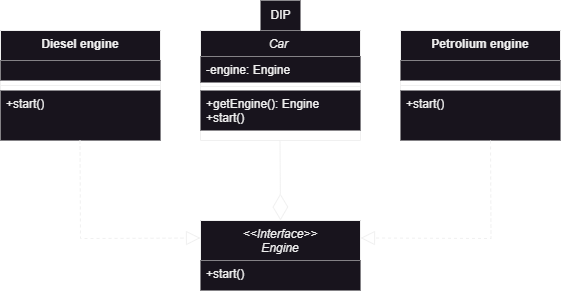
The draw.io diagram hw03/DIP/DIP.png in PavelVolchenko/SoftwareArchitecture, before a commit. Source tidied: cells renumbered, new cells last; positions are measured from the earlier drawing's top-left corner, leaving out a move shared by most shapes.
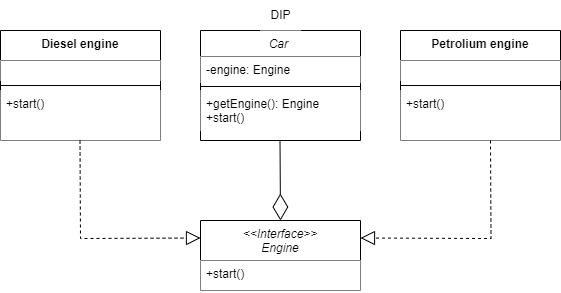
After the change.

Change to the diagram source:
```diff
@@ -2,52 +2,52 @@
   <root>
     <mxCell id="0" />
     <mxCell id="1" parent="0" />
-    <mxCell id="2" value="Car &#10;&#10;" style="swimlane;fontStyle=2;align=center;verticalAlign=top;horizontal=1;startSize=26;rounded=0;shadow=0;strokeWidth=1;fillColor=#18141D;" parent="1" vertex="1">
+    <mxCell id="2" value="Car &#10;&#10;" style="swimlane;fontStyle=2;align=center;verticalAlign=top;horizontal=1;startSize=26;rounded=0;shadow=0;strokeWidth=1;fillColor=#FFFFFF;" parent="1" vertex="1">
       <mxGeometry x="200" y="30" width="160" height="110" as="geometry" />
     </mxCell>
-    <mxCell id="3" value="-engine: Engine&#10;" style="text;align=left;verticalAlign=top;spacingLeft=4;spacingRight=4;overflow=hidden;fillColor=#18141D;" parent="2" vertex="1">
+    <mxCell id="3" value="-engine: Engine&#10;" style="text;align=left;verticalAlign=top;spacingLeft=4;spacingRight=4;overflow=hidden;fillColor=#FFFFFF;shadow=0;" parent="2" vertex="1">
       <mxGeometry y="26" width="160" height="26" as="geometry" />
     </mxCell>
-    <mxCell id="4" style="line;html=1;strokeWidth=1;align=left;verticalAlign=middle;spacingTop=-1;spacingLeft=3;spacingRight=3;labelPosition=right;fillColor=#18141D;" parent="2" vertex="1">
+    <mxCell id="4" style="line;html=1;strokeWidth=1;align=left;verticalAlign=middle;spacingTop=-1;spacingLeft=3;spacingRight=3;labelPosition=right;fillColor=#FFFFFF;shadow=0;" parent="2" vertex="1">
       <mxGeometry y="52" width="160" height="8" as="geometry" />
     </mxCell>
-    <mxCell id="5" value="+getEngine(): Engine&#10;+start()" style="text;align=left;verticalAlign=top;spacingLeft=4;spacingRight=4;overflow=hidden;fillColor=#18141D;" parent="2" vertex="1">
+    <mxCell id="5" value="+getEngine(): Engine&#10;+start()" style="text;align=left;verticalAlign=top;spacingLeft=4;spacingRight=4;overflow=hidden;fillColor=#FFFFFF;shadow=0;" parent="2" vertex="1">
       <mxGeometry y="60" width="160" height="40" as="geometry" />
     </mxCell>
-    <mxCell id="6" value="&lt;&lt;Interface&gt;&gt;&#10;Engine" style="swimlane;fontStyle=2;align=center;verticalAlign=top;horizontal=1;startSize=40;rounded=0;shadow=0;strokeWidth=1;fillColor=#18141D;" parent="1" vertex="1">
+    <mxCell id="6" value="&lt;&lt;Interface&gt;&gt;&#10;Engine" style="swimlane;fontStyle=2;align=center;verticalAlign=top;horizontal=1;startSize=40;rounded=0;shadow=0;strokeWidth=1;fillColor=#FFFFFF;" parent="1" vertex="1">
       <mxGeometry x="200" y="220" width="160" height="70" as="geometry" />
     </mxCell>
-    <mxCell id="7" value="+start()" style="text;align=left;verticalAlign=top;spacingLeft=4;spacingRight=4;overflow=hidden;fillColor=#18141D;" parent="6" vertex="1">
+    <mxCell id="7" value="+start()" style="text;align=left;verticalAlign=top;spacingLeft=4;spacingRight=4;overflow=hidden;fillColor=#FFFFFF;shadow=0;" parent="6" vertex="1">
       <mxGeometry y="40" width="160" height="30" as="geometry" />
     </mxCell>
-    <mxCell id="8" value="Petrolium engine" style="swimlane;fontStyle=1;align=center;verticalAlign=top;horizontal=1;startSize=30;whiteSpace=wrap;html=1;swimlaneLine=1;strokeColor=default;fillColor=#18141D;gradientColor=none;swimlaneFillColor=none;rounded=0;glass=0;shadow=0;swimlaneHead=1;swimlaneBody=1;" parent="1" vertex="1">
+    <mxCell id="8" value="Petrolium engine" style="swimlane;fontStyle=1;align=center;verticalAlign=top;horizontal=1;startSize=30;whiteSpace=wrap;html=1;swimlaneLine=1;strokeColor=default;fillColor=#FFFFFF;gradientColor=none;swimlaneFillColor=none;rounded=0;glass=0;shadow=0;swimlaneHead=1;swimlaneBody=1;" parent="1" vertex="1">
       <mxGeometry x="400" y="30" width="160" height="110" as="geometry" />
     </mxCell>
-    <mxCell id="9" value="&amp;nbsp;" style="text;strokeColor=none;fillColor=#18141D;align=left;verticalAlign=top;spacingLeft=4;spacingRight=4;overflow=hidden;whiteSpace=wrap;html=1;" parent="8" vertex="1">
+    <mxCell id="9" value="&amp;nbsp;" style="text;strokeColor=none;fillColor=#FFFFFF;align=left;verticalAlign=top;spacingLeft=4;spacingRight=4;overflow=hidden;whiteSpace=wrap;html=1;shadow=0;" parent="8" vertex="1">
       <mxGeometry y="30" width="160" height="20" as="geometry" />
     </mxCell>
-    <mxCell id="10" style="line;strokeWidth=1;fillColor=#18141D;align=left;verticalAlign=middle;spacingTop=-1;spacingLeft=3;spacingRight=3;labelPosition=right;strokeColor=inherit;" parent="8" vertex="1">
+    <mxCell id="10" style="line;strokeWidth=1;fillColor=#FFFFFF;align=left;verticalAlign=middle;spacingTop=-1;spacingLeft=3;spacingRight=3;labelPosition=right;strokeColor=inherit;shadow=0;" parent="8" vertex="1">
       <mxGeometry y="50" width="160" height="10" as="geometry" />
     </mxCell>
-    <mxCell id="11" value="+start()" style="text;strokeColor=none;fillColor=#18141D;align=left;verticalAlign=top;spacingLeft=4;spacingRight=4;overflow=hidden;whiteSpace=wrap;html=1;" parent="8" vertex="1">
+    <mxCell id="11" value="+start()" style="text;strokeColor=none;fillColor=#FFFFFF;align=left;verticalAlign=top;spacingLeft=4;spacingRight=4;overflow=hidden;whiteSpace=wrap;html=1;shadow=0;" parent="8" vertex="1">
       <mxGeometry y="60" width="160" height="50" as="geometry" />
     </mxCell>
-    <mxCell id="12" value="Diesel engine" style="swimlane;fontStyle=1;align=center;verticalAlign=top;horizontal=1;startSize=30;whiteSpace=wrap;html=1;swimlaneLine=1;strokeColor=default;fillColor=#18141D;gradientColor=none;swimlaneFillColor=none;rounded=0;glass=0;shadow=0;swimlaneHead=1;swimlaneBody=1;" parent="1" vertex="1">
+    <mxCell id="12" value="Diesel engine" style="swimlane;fontStyle=1;align=center;verticalAlign=top;horizontal=1;startSize=30;whiteSpace=wrap;html=1;swimlaneLine=1;strokeColor=default;fillColor=#FFFFFF;gradientColor=none;swimlaneFillColor=none;rounded=0;glass=0;shadow=0;swimlaneHead=1;swimlaneBody=1;" parent="1" vertex="1">
       <mxGeometry y="30" width="160" height="110" as="geometry" />
     </mxCell>
-    <mxCell id="13" value="&amp;nbsp;" style="text;strokeColor=none;fillColor=#18141D;align=left;verticalAlign=top;spacingLeft=4;spacingRight=4;overflow=hidden;whiteSpace=wrap;html=1;" parent="12" vertex="1">
+    <mxCell id="13" value="&amp;nbsp;" style="text;strokeColor=none;fillColor=#FFFFFF;align=left;verticalAlign=top;spacingLeft=4;spacingRight=4;overflow=hidden;whiteSpace=wrap;html=1;shadow=0;" parent="12" vertex="1">
       <mxGeometry y="30" width="160" height="20" as="geometry" />
     </mxCell>
-    <mxCell id="14" style="line;strokeWidth=1;fillColor=#18141D;align=left;verticalAlign=middle;spacingTop=-1;spacingLeft=3;spacingRight=3;labelPosition=right;strokeColor=inherit;" parent="12" vertex="1">
+    <mxCell id="14" style="line;strokeWidth=1;fillColor=#FFFFFF;align=left;verticalAlign=middle;spacingTop=-1;spacingLeft=3;spacingRight=3;labelPosition=right;strokeColor=inherit;shadow=0;" parent="12" vertex="1">
       <mxGeometry y="50" width="160" height="10" as="geometry" />
     </mxCell>
-    <mxCell id="15" value="+start()" style="text;strokeColor=none;fillColor=#18141D;align=left;verticalAlign=top;spacingLeft=4;spacingRight=4;overflow=hidden;whiteSpace=wrap;html=1;" parent="12" vertex="1">
+    <mxCell id="15" value="+start()" style="text;strokeColor=none;fillColor=#FFFFFF;align=left;verticalAlign=top;spacingLeft=4;spacingRight=4;overflow=hidden;whiteSpace=wrap;html=1;shadow=0;" parent="12" vertex="1">
       <mxGeometry y="60" width="160" height="50" as="geometry" />
     </mxCell>
-    <mxCell id="16" value="DIP" style="text;html=1;align=center;verticalAlign=middle;strokeColor=none;fillColor=#18141D;" parent="1" vertex="1">
+    <mxCell id="16" value="DIP" style="text;html=1;align=center;verticalAlign=middle;strokeColor=none;fillColor=#FFFFFF;shadow=0;" parent="1" vertex="1">
       <mxGeometry x="260" width="40" height="30" as="geometry" />
     </mxCell>
-    <mxCell id="17" style="endArrow=block;dashed=1;endFill=0;endSize=12;html=1;rounded=0;entryX=0;entryY=0.25;entryDx=0;entryDy=0;fillColor=#18141D;" parent="1" edge="1" target="6">
+    <mxCell id="17" style="endArrow=block;dashed=1;endFill=0;endSize=12;html=1;rounded=0;entryX=0;entryY=0.25;entryDx=0;entryDy=0;fillColor=#FFFFFF;shadow=0;" parent="1" edge="1" target="6">
       <mxGeometry relative="1" as="geometry">
         <mxPoint x="79.5" y="140" as="sourcePoint" />
         <Array as="points">
@@ -55,7 +55,7 @@
         </Array>
       </mxGeometry>
     </mxCell>
-    <mxCell id="18" style="endArrow=block;dashed=1;endFill=0;endSize=12;html=1;rounded=0;entryX=1;entryY=0.25;entryDx=0;entryDy=0;fillColor=#18141D;" parent="1" edge="1" target="6">
+    <mxCell id="18" style="endArrow=block;dashed=1;endFill=0;endSize=12;html=1;rounded=0;entryX=1;entryY=0.25;entryDx=0;entryDy=0;fillColor=#FFFFFF;shadow=0;" parent="1" edge="1" target="6">
       <mxGeometry relative="1" as="geometry">
         <mxPoint x="490" y="140" as="sourcePoint" />
         <Array as="points">
@@ -63,7 +63,7 @@
         </Array>
       </mxGeometry>
     </mxCell>
-    <mxCell id="19" style="endArrow=diamondThin;endFill=0;endSize=24;html=1;rounded=0;fillColor=#18141D;" parent="1" edge="1">
+    <mxCell id="19" style="endArrow=diamondThin;endFill=0;endSize=24;html=1;rounded=0;fillColor=#FFFFFF;shadow=0;" parent="1" edge="1">
       <mxGeometry relative="1" as="geometry">
         <mxPoint x="279.5" y="140" as="sourcePoint" />
         <mxPoint x="280" y="220" as="targetPoint" />
```
